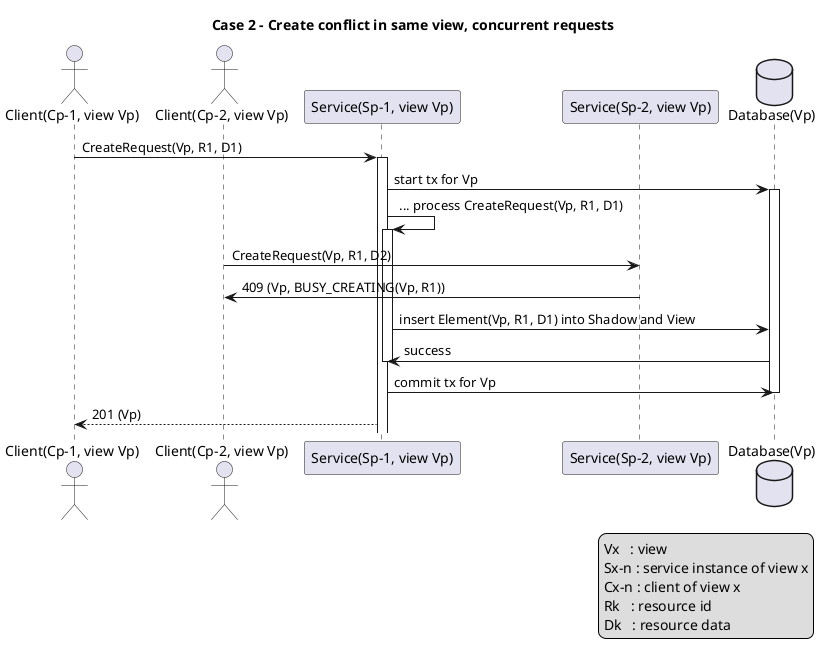
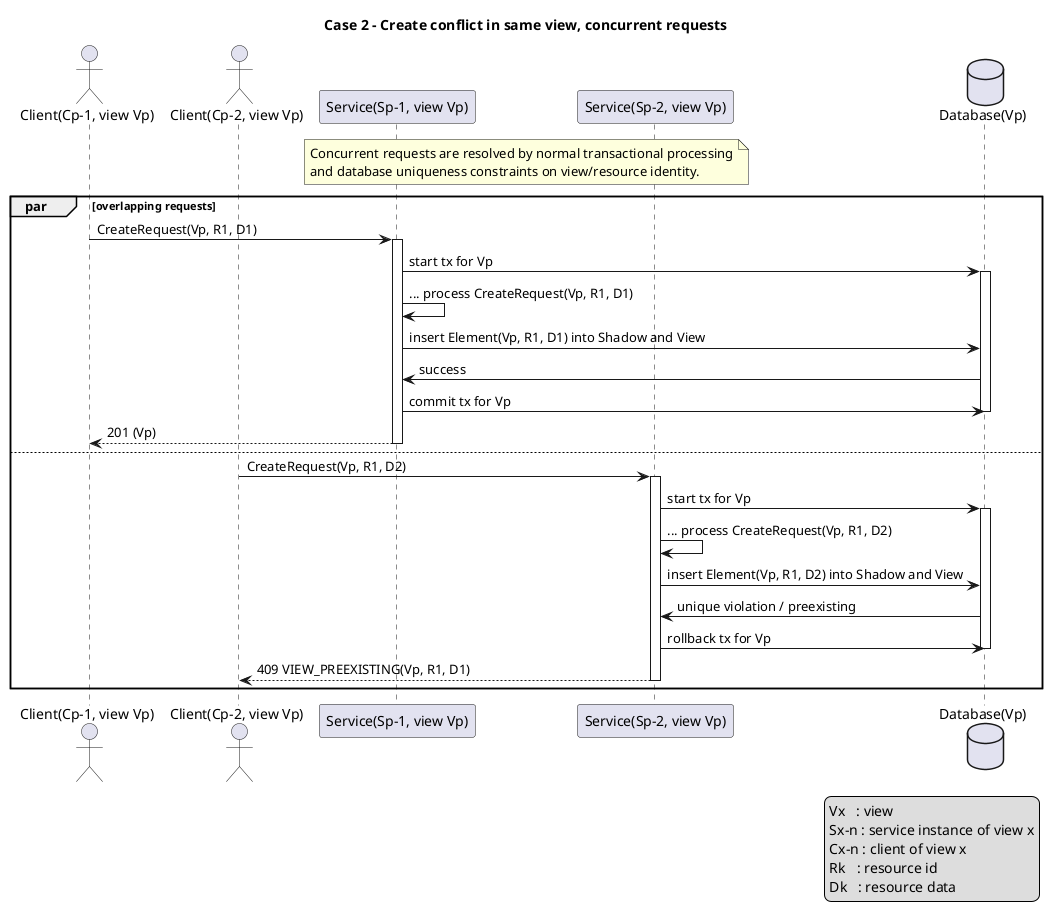
@startuml
title Case 2 - Create conflict in same view, concurrent requests
legend right
Vx   : view
Sx-n : service instance of view x
Cx-n : client of view x
Rk   : resource id
Dk   : resource data
endlegend

actor Cp1 as "Client(Cp-1, view Vp)"
actor Cp2 as "Client(Cp-2, view Vp)"
participant Sp1 as "Service(Sp-1, view Vp)"
participant Sp2 as "Service(Sp-2, view Vp)"
database DBp as "Database(Vp)"
- Cp1 -> Sp1: CreateRequest(Vp, R1, D1)
- activate Sp1
- Sp1 -> DBp: start tx for Vp
- activate DBp
- Sp1 -> Sp1: ... process CreateRequest(Vp, R1, D1)
- activate Sp1
- Cp2 -> Sp2: CreateRequest(Vp, R1, D2)
- Cp2 <- Sp2: 409 (Vp, BUSY_CREATING(Vp, R1))
- Sp1 -> DBp: insert Element(Vp, R1, D1) into Shadow and View
- Sp1 <- DBp: success
- deactivate Sp1
- Sp1 -> DBp: commit tx for Vp
- deactivate DBp
- Cp1 <-- Sp1: 201 (Vp)
+ note over Sp1, Sp2
+ Concurrent requests are resolved by normal transactional processing
+ and database uniqueness constraints on view/resource identity.
+ end note
+ 
+ par overlapping requests
+ 	Cp1 -> Sp1: CreateRequest(Vp, R1, D1)
+ 	activate Sp1
+ 	Sp1 -> DBp: start tx for Vp
+ 	activate DBp
+ 	Sp1 -> Sp1: ... process CreateRequest(Vp, R1, D1)
+ 	Sp1 -> DBp: insert Element(Vp, R1, D1) into Shadow and View
+ 	Sp1 <- DBp: success
+ 	Sp1 -> DBp: commit tx for Vp
+ 	deactivate DBp
+ 	Cp1 <-- Sp1: 201 (Vp)
+ 	deactivate Sp1
+ else
+ 	Cp2 -> Sp2: CreateRequest(Vp, R1, D2)
+ 	activate Sp2
+ 	Sp2 -> DBp: start tx for Vp
+ 	activate DBp
+ 	Sp2 -> Sp2: ... process CreateRequest(Vp, R1, D2)
+ 	Sp2 -> DBp: insert Element(Vp, R1, D2) into Shadow and View
+ 	Sp2 <- DBp: unique violation / preexisting
+ 	Sp2 -> DBp: rollback tx for Vp
+ 	deactivate DBp
+ 	Cp2 <-- Sp2: 409 VIEW_PREEXISTING(Vp, R1, D1)
+ 	deactivate Sp2
+ end

@enduml
